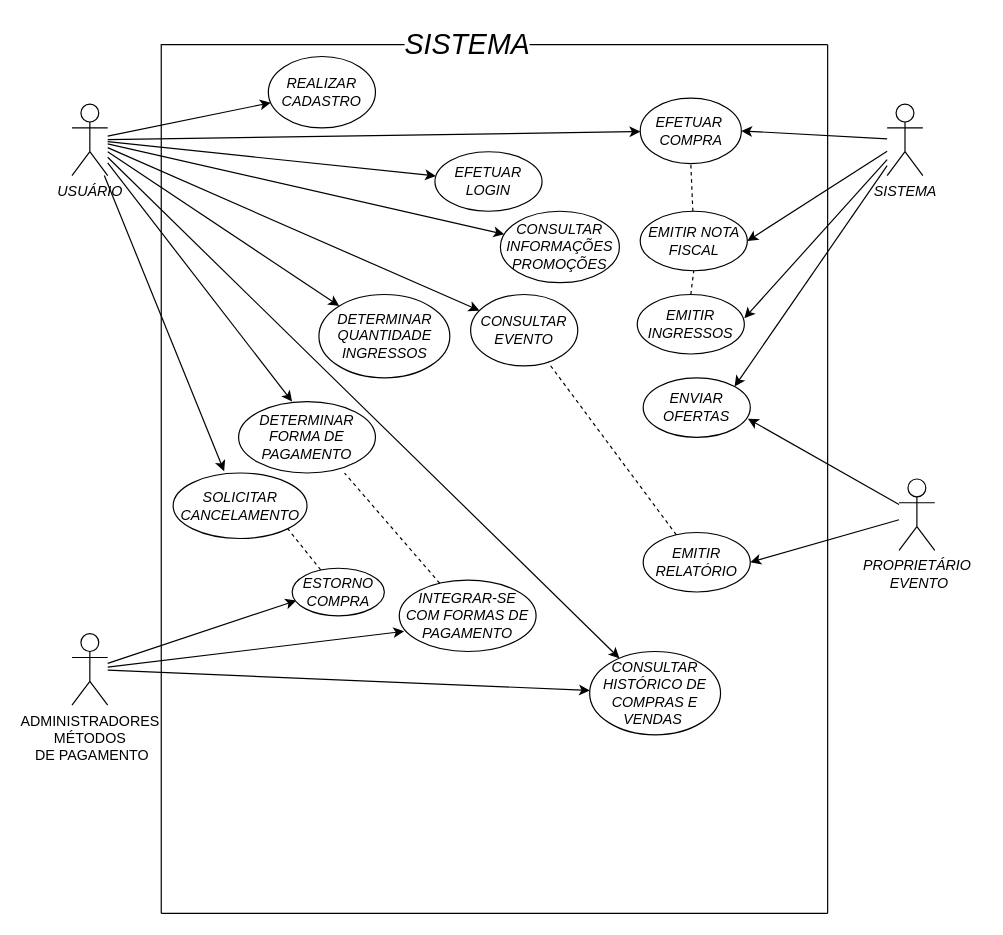
Before: Untitled Diagram.drawio in milenamso/Projeto, a draw.io diagram. Source tidied: cells renumbered, new cells numbered last; positions are measured from the earlier drawing's top-left corner, leaving out a move shared by most shapes. Both pictures are drawn from the tidied source at 119%, with x=0, y=0 at pixel (71, 44).
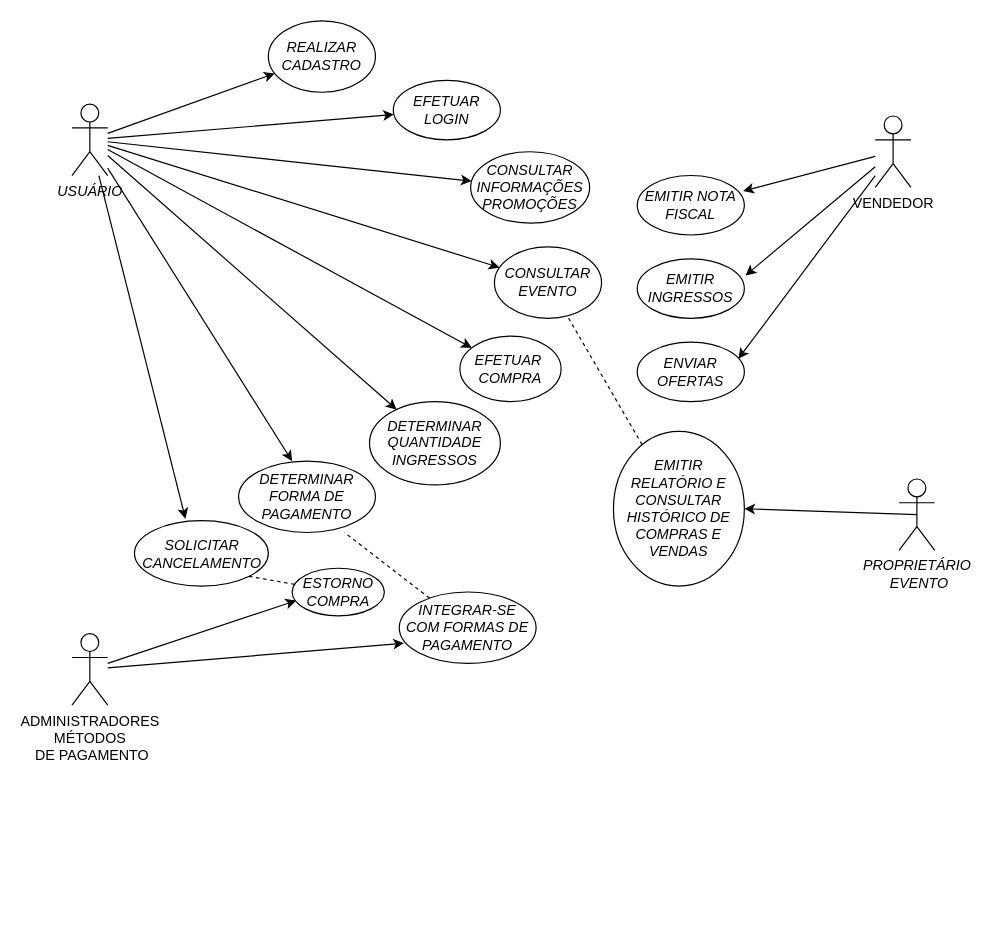
The same page after the edit.

Unchanged cells that the change refers to:
```xml
<mxCell id="10" value="&lt;i&gt;USUÁRIO&lt;/i&gt;" style="shape=umlActor;verticalLabelPosition=bottom;verticalAlign=top;html=1;outlineConnect=0;" parent="1" vertex="1">
  <mxGeometry y="50" width="30" height="60" as="geometry" />
</mxCell>
<mxCell id="13" style="shape=umlActor;verticalLabelPosition=bottom;verticalAlign=top;html=1;outlineConnect=0;" parent="1" vertex="1">
  <mxGeometry x="695" y="365" width="30" height="60" as="geometry" />
</mxCell>
<mxCell id="23" value="ADMINISTRADORES&lt;br&gt;MÉTODOS&lt;br&gt;&amp;nbsp;DE PAGAMENTO" style="shape=umlActor;verticalLabelPosition=bottom;verticalAlign=top;html=1;outlineConnect=0;" parent="1" vertex="1">
  <mxGeometry y="495" width="30" height="60" as="geometry" />
</mxCell>
```

What changed in the source:
```diff
@@
-    <mxCell id="9" style="edgeStyle=none;rounded=0;jettySize=auto;html=1;" parent="1" edge="1" source="10" target="44">
-      <mxGeometry relative="1" as="geometry" />
-    </mxCell>
@@
-    <mxCell id="11" style="edgeStyle=none;rounded=0;jettySize=auto;html=1;entryX=1;entryY=0.5;entryDx=0;entryDy=0;fontSize=24;" parent="1" edge="1" source="13" target="39">
-      <mxGeometry relative="1" as="geometry" />
+    <mxCell id="11" style="edgeStyle=none;rounded=0;jettySize=auto;html=1;entryX=1;entryY=0.5;entryDx=0;entryDy=0;fontSize=24;" parent="1" edge="1" target="39">
+      <mxGeometry relative="1" as="geometry">
+        <mxPoint x="710" y="395" as="sourcePoint" />
+      </mxGeometry>
     </mxCell>
-    <mxCell id="12" style="edgeStyle=none;rounded=0;jettySize=auto;html=1;fontSize=24;entryX=0.978;entryY=0.687;entryDx=0;entryDy=0;entryPerimeter=0;" parent="1" edge="1" source="13" target="38">
-      <mxGeometry relative="1" as="geometry" />
-    </mxCell>
@@
-    <mxCell id="14" style="edgeStyle=none;rounded=0;jettySize=auto;html=1;entryX=1;entryY=0.5;entryDx=0;entryDy=0;fontSize=24;" parent="1" edge="1" source="18" target="35">
-      <mxGeometry relative="1" as="geometry" />
-    </mxCell>
-    <mxCell id="15" style="edgeStyle=none;rounded=0;jettySize=auto;html=1;entryX=1;entryY=0.5;entryDx=0;entryDy=0;fontSize=24;" parent="1" edge="1" source="18" target="36">
-      <mxGeometry relative="1" as="geometry" />
-    </mxCell>
-    <mxCell id="16" style="edgeStyle=none;rounded=0;jettySize=auto;html=1;fontSize=24;" parent="1" edge="1" source="18">
-      <mxGeometry relative="1" as="geometry">
-        <mxPoint x="565" y="230" as="targetPoint" />
-      </mxGeometry>
-    </mxCell>
-    <mxCell id="17" style="edgeStyle=none;rounded=0;jettySize=auto;html=1;entryX=1;entryY=0;entryDx=0;entryDy=0;fontSize=24;" parent="1" edge="1" source="18" target="38">
-      <mxGeometry relative="1" as="geometry" />
-    </mxCell>
-    <mxCell id="18" value="&lt;i&gt;SISTEMA&lt;/i&gt;" style="shape=umlActor;verticalLabelPosition=bottom;verticalAlign=top;html=1;outlineConnect=0;" parent="1" vertex="1">
-      <mxGeometry x="685" y="50" width="30" height="60" as="geometry" />
-    </mxCell>
@@
-    <mxCell id="21" style="edgeStyle=none;rounded=0;jettySize=auto;html=1;" parent="1" edge="1" source="23" target="44">
-      <mxGeometry relative="1" as="geometry" />
-    </mxCell>
@@
     <mxCell id="24" value="&lt;i&gt;REALIZAR CADASTRO&lt;/i&gt;" style="ellipse;whiteSpace=wrap;html=1;fillColor=#FFFFFF;" parent="1" vertex="1">
-      <mxGeometry x="165" y="10" width="90" height="60" as="geometry" />
+      <mxGeometry x="165" y="-20" width="90" height="60" as="geometry" />
     </mxCell>
     <mxCell id="25" value="&lt;i&gt;EFETUAR LOGIN&lt;/i&gt;" style="ellipse;whiteSpace=wrap;html=1;fillColor=#FFFFFF;" parent="1" vertex="1">
-      <mxGeometry x="305" y="90" width="90" height="50" as="geometry" />
+      <mxGeometry x="270" y="30" width="90" height="50" as="geometry" />
     </mxCell>
     <mxCell id="26" value="&lt;i&gt;CONSULTAR EVENTO&lt;/i&gt;" style="ellipse;whiteSpace=wrap;html=1;fillColor=#FFFFFF;" parent="1" vertex="1">
-      <mxGeometry x="335" y="210" width="90" height="60" as="geometry" />
+      <mxGeometry x="355" y="170" width="90" height="60" as="geometry" />
     </mxCell>
     <mxCell id="27" value="&lt;i&gt;CONSULTAR&lt;br&gt;INFORMAÇÕES&lt;br&gt;PROMOÇÕES&lt;br&gt;&lt;/i&gt;" style="ellipse;whiteSpace=wrap;html=1;fillColor=#FFFFFF;" parent="1" vertex="1">
-      <mxGeometry x="360" y="140" width="100" height="60" as="geometry" />
+      <mxGeometry x="335" y="90" width="100" height="60" as="geometry" />
     </mxCell>
     <mxCell id="28" value="&lt;i&gt;DETERMINAR QUANTIDADE INGRESSOS&lt;/i&gt;" style="ellipse;whiteSpace=wrap;html=1;fillColor=#FFFFFF;" parent="1" vertex="1">
-      <mxGeometry x="207.5" y="210" width="110" height="70" as="geometry" />
+      <mxGeometry x="250" y="300" width="110" height="70" as="geometry" />
     </mxCell>
     <mxCell id="29" value="&lt;i&gt;DETERMINAR FORMA DE PAGAMENTO&lt;/i&gt;" style="ellipse;whiteSpace=wrap;html=1;fillColor=#FFFFFF;" parent="1" vertex="1">
-      <mxGeometry x="140" y="300" width="115" height="60" as="geometry" />
+      <mxGeometry x="140" y="350" width="115" height="60" as="geometry" />
     </mxCell>
-    <mxCell id="30" style="endArrow=none;html=1;rounded=0;" parent="1" edge="1">
-      <mxGeometry relative="1" as="geometry">
-        <mxPoint x="635" y="610" as="sourcePoint" />
-        <mxPoint x="635" as="targetPoint" />
-        <Array as="points">
-          <mxPoint x="635" y="730" />
-          <mxPoint x="635" y="610" />
-        </Array>
-      </mxGeometry>
-    </mxCell>
-    <mxCell id="31" style="endArrow=none;html=1;rounded=0;" parent="1" edge="1">
-      <mxGeometry relative="1" as="geometry">
-        <mxPoint x="75" y="730" as="sourcePoint" />
-        <mxPoint x="635" as="targetPoint" />
-        <Array as="points">
-          <mxPoint x="75" />
-          <mxPoint x="205" />
-          <mxPoint x="425" />
-          <mxPoint x="525" />
-          <mxPoint x="585" />
-        </Array>
-      </mxGeometry>
-    </mxCell>
-    <mxCell id="32" value="&lt;font style=&quot;font-size: 24px&quot;&gt;&lt;i&gt;SISTEMA&lt;/i&gt;&lt;/font&gt;" style="edgeLabel;html=1;align=center;verticalAlign=middle;" parent="31" vertex="1">
-      <mxGeometry x="0.51" y="1" relative="1" as="geometry">
-        <mxPoint x="12" as="offset" />
-      </mxGeometry>
-    </mxCell>
-    <mxCell id="33" style="endArrow=none;html=1;rounded=0;" parent="1" edge="1">
-      <mxGeometry relative="1" as="geometry">
-        <mxPoint x="635" y="730" as="sourcePoint" />
-        <mxPoint x="75" y="730" as="targetPoint" />
-        <Array as="points">
-          <mxPoint x="355" y="730" />
-        </Array>
-      </mxGeometry>
-    </mxCell>
@@
     <mxCell id="35" value="&lt;i&gt;EFETUAR&amp;nbsp;&lt;br&gt;COMPRA&lt;br&gt;&lt;/i&gt;" style="ellipse;whiteSpace=wrap;html=1;fillColor=#FFFFFF;" parent="1" vertex="1">
-      <mxGeometry x="477.5" y="45" width="85" height="55" as="geometry" />
+      <mxGeometry x="326" y="245" width="85" height="55" as="geometry" />
     </mxCell>
     <mxCell id="36" value="&lt;i&gt;EMITIR NOTA FISCAL&lt;br&gt;&lt;/i&gt;" style="ellipse;whiteSpace=wrap;html=1;fillColor=#FFFFFF;" parent="1" vertex="1">
-      <mxGeometry x="477.5" y="140" width="90" height="50" as="geometry" />
+      <mxGeometry x="475" y="110" width="90" height="50" as="geometry" />
     </mxCell>
     <mxCell id="37" value="&lt;i&gt;EMITIR INGRESSOS&lt;br&gt;&lt;/i&gt;" style="ellipse;whiteSpace=wrap;html=1;fillColor=#FFFFFF;" parent="1" vertex="1">
-      <mxGeometry x="475" y="210" width="90" height="50" as="geometry" />
+      <mxGeometry x="475" y="180" width="90" height="50" as="geometry" />
     </mxCell>
     <mxCell id="38" value="&lt;i&gt;ENVIAR OFERTAS&lt;/i&gt;" style="ellipse;whiteSpace=wrap;html=1;fillColor=#FFFFFF;" parent="1" vertex="1">
-      <mxGeometry x="480" y="280" width="90" height="50" as="geometry" />
+      <mxGeometry x="475" y="250" width="90" height="50" as="geometry" />
     </mxCell>
-    <mxCell id="39" value="&lt;i&gt;EMITIR RELATÓRIO&lt;/i&gt;" style="ellipse;whiteSpace=wrap;html=1;fillColor=#FFFFFF;" parent="1" vertex="1">
-      <mxGeometry x="480" y="410" width="90" height="50" as="geometry" />
+    <mxCell id="39" value="&lt;i&gt;EMITIR RELATÓRIO E CONSULTAR HISTÓRICO DE COMPRAS E VENDAS&lt;/i&gt;" style="ellipse;whiteSpace=wrap;html=1;fillColor=#FFFFFF;" parent="1" vertex="1">
+      <mxGeometry x="455" y="325" width="110" height="130" as="geometry" />
     </mxCell>
     <mxCell id="40" value="&lt;i&gt;SOLICITAR CANCELAMENTO&lt;/i&gt;" style="ellipse;whiteSpace=wrap;html=1;fillColor=#FFFFFF;" parent="1" vertex="1">
-      <mxGeometry x="85" y="360" width="112.5" height="55" as="geometry" />
+      <mxGeometry x="52.5" y="400" width="112.5" height="55" as="geometry" />
     </mxCell>
@@
-    <mxCell id="44" value="&lt;i&gt;CONSULTAR HISTÓRICO DE COMPRAS E VENDAS&amp;nbsp;&lt;/i&gt;" style="ellipse;whiteSpace=wrap;html=1;fillColor=#FFFFFF;" parent="1" vertex="1">
-      <mxGeometry x="435" y="510" width="110" height="70" as="geometry" />
-    </mxCell>
     <mxCell id="45" value="&lt;i&gt;INTEGRAR-SE COM FORMAS DE PAGAMENTO&lt;/i&gt;" style="ellipse;whiteSpace=wrap;html=1;fillColor=#FFFFFF;" parent="1" vertex="1">
-      <mxGeometry x="275" y="450" width="115" height="60" as="geometry" />
+      <mxGeometry x="275" y="460" width="115" height="60" as="geometry" />
     </mxCell>
@@
-    <mxCell id="47" style="endArrow=none;dashed=1;html=1;rounded=0;fontSize=24;entryX=0.5;entryY=1;entryDx=0;entryDy=0;" parent="1" edge="1" source="36" target="35">
-      <mxGeometry relative="1" as="geometry" />
-    </mxCell>
-    <mxCell id="48" style="endArrow=none;dashed=1;html=1;rounded=0;fontSize=24;exitX=0.5;exitY=0;exitDx=0;exitDy=0;entryX=0.5;entryY=1;entryDx=0;entryDy=0;" parent="1" edge="1" source="37" target="36">
-      <mxGeometry relative="1" as="geometry" />
-    </mxCell>
+    <mxCell id="49" style="edgeStyle=none;rounded=0;jettySize=auto;html=1;entryX=0.989;entryY=0.26;entryDx=0;entryDy=0;entryPerimeter=0;" parent="1" edge="1" source="52" target="36">
+      <mxGeometry relative="1" as="geometry" />
+    </mxCell>
+    <mxCell id="50" style="edgeStyle=none;rounded=0;jettySize=auto;html=1;entryX=1.011;entryY=0.28;entryDx=0;entryDy=0;entryPerimeter=0;" parent="1" edge="1" source="52" target="37">
+      <mxGeometry relative="1" as="geometry" />
+    </mxCell>
+    <mxCell id="51" style="edgeStyle=none;rounded=0;jettySize=auto;html=1;entryX=0.944;entryY=0.28;entryDx=0;entryDy=0;entryPerimeter=0;" parent="1" edge="1" source="52" target="38">
+      <mxGeometry relative="1" as="geometry" />
+    </mxCell>
+    <mxCell id="52" value="VENDEDOR" style="shape=umlActor;verticalLabelPosition=bottom;verticalAlign=top;html=1;outlineConnect=0;" parent="1" vertex="1">
+      <mxGeometry x="675" y="60" width="30" height="60" as="geometry" />
+    </mxCell>
```
